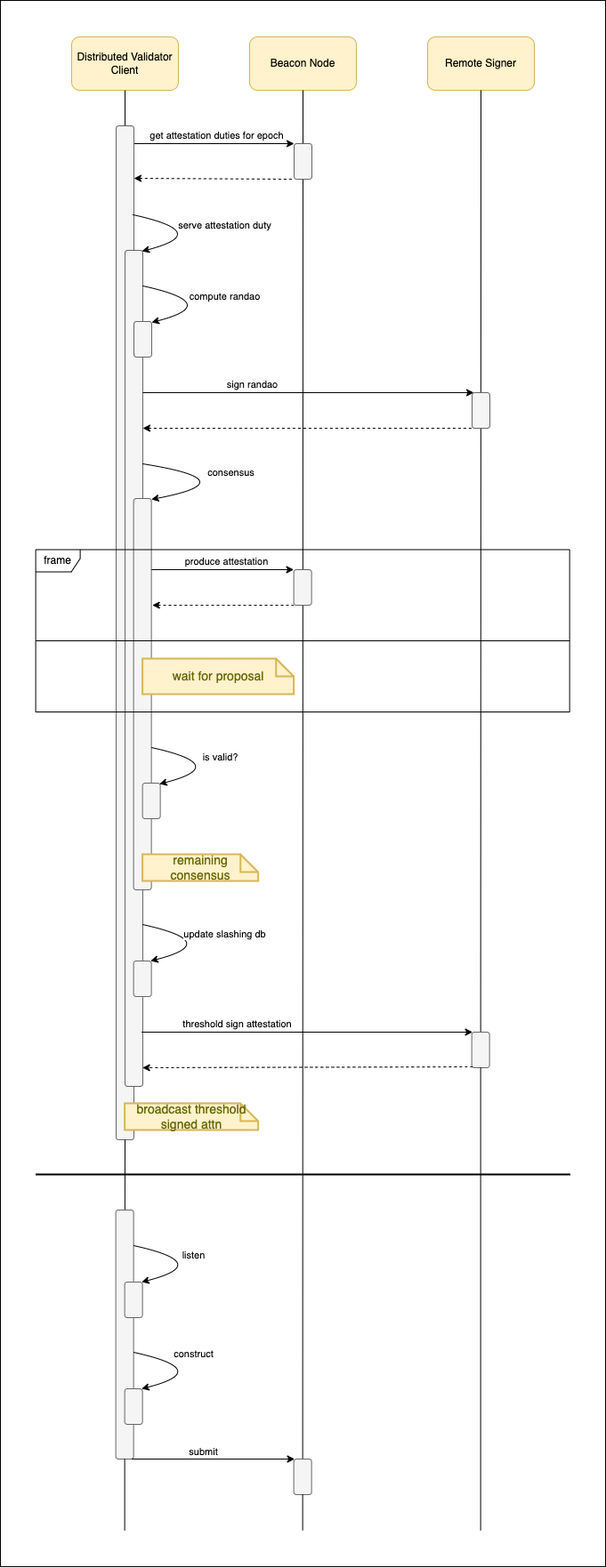
Above: src/dvspec/figures/dv-block-production-process.png in ethereum/distributed-validator-specs (draw.io), before the change. Source tidied: cells renumbered, new cells last; positions are measured from the earlier drawing's top-left corner, leaving out a move shared by most shapes.
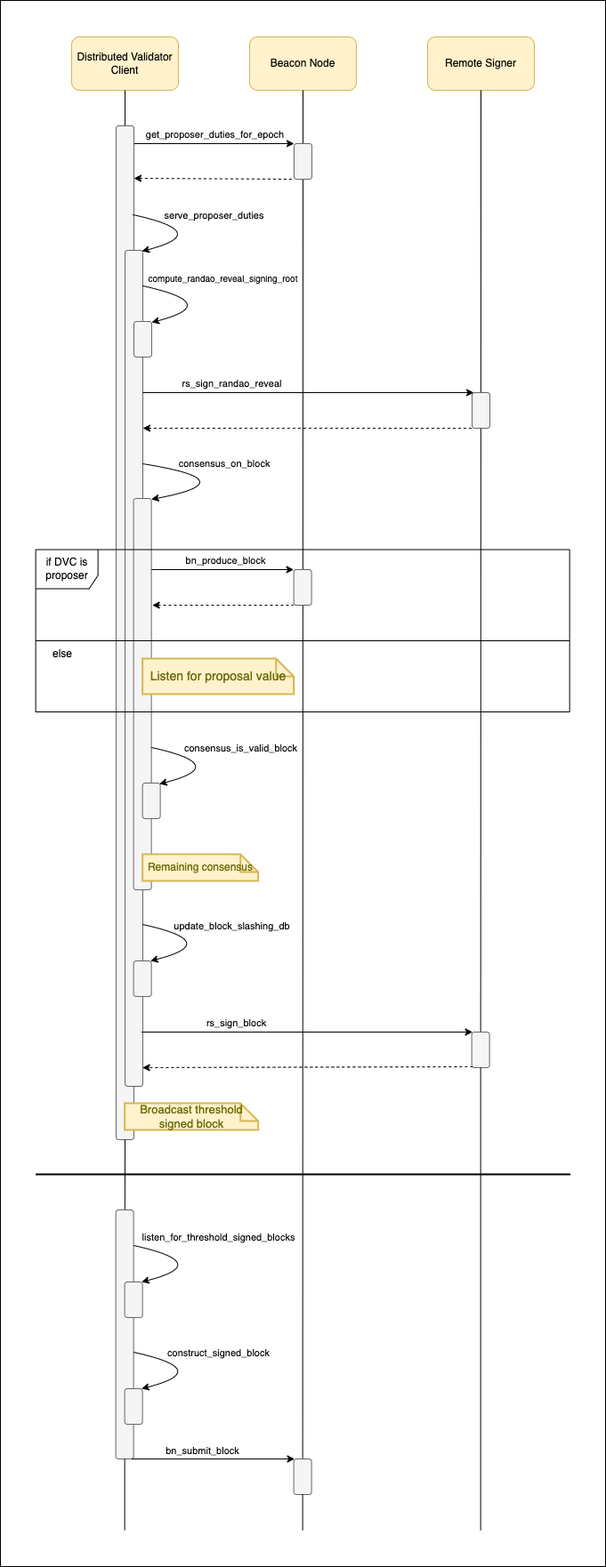
After the change.

Commit message:
Clean up figures

Change to the diagram source:
```diff
@@ -33,7 +33,7 @@
         <mxPoint x="148" y="161" as="targetPoint" />
       </mxGeometry>
     </mxCell>
-    <mxCell id="11" value="get attestation duties for epoch" style="edgeLabel;html=1;align=center;verticalAlign=middle;" parent="10" vertex="1">
+    <mxCell id="11" value="get_proposer_duties_for_epoch" style="edgeLabel;html=1;align=center;verticalAlign=middle;" parent="10" vertex="1">
       <mxGeometry x="0.17" y="4" relative="1" as="geometry">
         <mxPoint x="17" y="-14" as="offset" />
       </mxGeometry>
@@ -56,9 +56,9 @@
         </Array>
       </mxGeometry>
     </mxCell>
-    <mxCell id="16" value="serve attestation duty" style="edgeLabel;html=1;align=center;verticalAlign=middle;" parent="15" vertex="1">
+    <mxCell id="16" value="serve_proposer_duties" style="edgeLabel;html=1;align=center;verticalAlign=middle;" parent="15" vertex="1">
       <mxGeometry x="0.17" y="4" relative="1" as="geometry">
-        <mxPoint x="19" y="-16" as="offset" />
+        <mxPoint x="9" y="-26" as="offset" />
       </mxGeometry>
     </mxCell>
     <mxCell id="17" style="rounded=1;whiteSpace=wrap;html=1;fillColor=#f5f5f5;fontColor=#333333;strokeColor=#666666;" parent="1" vertex="1">
@@ -77,7 +77,7 @@
         <mxPoint x="169.6" y="640" as="targetPoint" />
       </mxGeometry>
     </mxCell>
-    <mxCell id="21" value="produce attestation" style="edgeLabel;html=1;align=center;verticalAlign=middle;" parent="20" vertex="1">
+    <mxCell id="21" value="bn_produce_block" style="edgeLabel;html=1;align=center;verticalAlign=middle;" parent="20" vertex="1">
       <mxGeometry x="0.17" y="4" relative="1" as="geometry">
         <mxPoint x="17" y="-14" as="offset" />
       </mxGeometry>
@@ -88,12 +88,9 @@
     <mxCell id="23" style="line;strokeWidth=1;fillColor=none;align=left;verticalAlign=middle;spacingTop=-1;spacingLeft=3;spacingRight=3;labelPosition=right;" parent="1" vertex="1">
       <mxGeometry x="39.6" y="716" width="600" height="8" as="geometry" />
     </mxCell>
-    <mxCell id="24" value="wait for proposal" style="shape=note;strokeWidth=2;fontSize=14;size=20;whiteSpace=wrap;html=1;fillColor=#fff2cc;strokeColor=#d6b656;fontColor=#666600;" parent="1" vertex="1">
+    <mxCell id="24" value="Listen for proposal value" style="shape=note;strokeWidth=2;fontSize=14;size=20;whiteSpace=wrap;html=1;fillColor=#fff2cc;strokeColor=#d6b656;fontColor=#666600;" parent="1" vertex="1">
       <mxGeometry x="159.6" y="740" width="170" height="40" as="geometry" />
     </mxCell>
-    <mxCell id="25" value="frame" style="shape=umlFrame;whiteSpace=wrap;html=1;fillColor=none;width=50;height=25;" parent="1" vertex="1">
-      <mxGeometry x="39.6" y="617.5" width="600" height="182.5" as="geometry" />
-    </mxCell>
     <mxCell id="26" style="rounded=1;whiteSpace=wrap;html=1;fillColor=#f5f5f5;fontColor=#333333;strokeColor=#666666;" parent="1" vertex="1">
       <mxGeometry x="159.6" y="880" width="20" height="40" as="geometry" />
     </mxCell>
@@ -106,9 +103,9 @@
         </Array>
       </mxGeometry>
     </mxCell>
-    <mxCell id="28" value="is valid?" style="edgeLabel;html=1;align=center;verticalAlign=middle;" parent="27" vertex="1">
+    <mxCell id="28" value="consensus_is_valid_block" style="edgeLabel;html=1;align=center;verticalAlign=middle;" parent="27" vertex="1">
       <mxGeometry x="0.17" y="4" relative="1" as="geometry">
-        <mxPoint x="-7" y="-17" as="offset" />
+        <mxPoint x="19" y="-26" as="offset" />
       </mxGeometry>
     </mxCell>
     <mxCell id="29" style="endArrow=classic;html=1;curved=1;" parent="1" edge="1">
@@ -120,12 +117,12 @@
         </Array>
       </mxGeometry>
     </mxCell>
-    <mxCell id="30" value="consensus" style="edgeLabel;html=1;align=center;verticalAlign=middle;" parent="29" vertex="1">
+    <mxCell id="30" value="&amp;nbsp;consensus_on_block" style="edgeLabel;html=1;align=center;verticalAlign=middle;" parent="29" vertex="1">
       <mxGeometry x="0.17" y="4" relative="1" as="geometry">
-        <mxPoint x="-7" y="-17" as="offset" />
+        <mxPoint x="-16" y="-26" as="offset" />
       </mxGeometry>
     </mxCell>
-    <mxCell id="31" value="remaining consensus" style="shape=note;strokeWidth=2;fontSize=14;size=20;whiteSpace=wrap;html=1;fillColor=#fff2cc;strokeColor=#d6b656;fontColor=#666600;" parent="1" vertex="1">
+    <mxCell id="31" value="Remaining consensus" style="shape=note;strokeWidth=2;fontSize=12;size=20;whiteSpace=wrap;html=1;fillColor=#fff2cc;strokeColor=#d6b656;fontColor=#666600;" parent="1" vertex="1">
       <mxGeometry x="159.6" y="960" width="130" height="30" as="geometry" />
     </mxCell>
     <mxCell id="32" style="rounded=1;whiteSpace=wrap;html=1;fillColor=#f5f5f5;fontColor=#333333;strokeColor=#666666;" parent="1" vertex="1">
@@ -140,9 +137,9 @@
         </Array>
       </mxGeometry>
     </mxCell>
-    <mxCell id="34" value="update slashing db" style="edgeLabel;html=1;align=center;verticalAlign=middle;" parent="33" vertex="1">
+    <mxCell id="34" value="update_block_slashing_db" style="edgeLabel;html=1;align=center;verticalAlign=middle;" parent="33" vertex="1">
       <mxGeometry x="0.17" y="4" relative="1" as="geometry">
-        <mxPoint x="8" y="-17" as="offset" />
+        <mxPoint x="19" y="-25" as="offset" />
       </mxGeometry>
     </mxCell>
     <mxCell id="35" style="rounded=1;whiteSpace=wrap;html=1;fillColor=#f5f5f5;fontColor=#333333;strokeColor=#666666;" parent="1" vertex="1">
@@ -159,7 +156,7 @@
         <mxPoint x="530.6" y="1160" as="targetPoint" />
       </mxGeometry>
     </mxCell>
-    <mxCell id="38" value="threshold sign attestation" style="edgeLabel;html=1;align=center;verticalAlign=middle;" parent="37" vertex="1">
+    <mxCell id="38" value="rs_sign_block" style="edgeLabel;html=1;align=center;verticalAlign=middle;" parent="37" vertex="1">
       <mxGeometry x="-0.43" y="1" relative="1" as="geometry">
         <mxPoint y="-9" as="offset" />
       </mxGeometry>
@@ -170,7 +167,7 @@
         <mxPoint x="159.6" y="1200" as="targetPoint" />
       </mxGeometry>
     </mxCell>
-    <mxCell id="40" value="broadcast threshold signed attn" style="shape=note;strokeWidth=2;fontSize=14;size=20;whiteSpace=wrap;html=1;fillColor=#fff2cc;strokeColor=#d6b656;fontColor=#666600;" parent="1" vertex="1">
+    <mxCell id="40" value="Broadcast threshold signed block" style="shape=note;strokeWidth=2;fontSize=13;size=20;whiteSpace=wrap;html=1;fillColor=#fff2cc;strokeColor=#d6b656;fontColor=#666600;" parent="1" vertex="1">
       <mxGeometry x="139.6" y="1240" width="150" height="30" as="geometry" />
     </mxCell>
     <mxCell id="41" style="endArrow=none;html=1;curved=1;strokeWidth=2;" parent="1" edge="1">
@@ -199,9 +196,9 @@
         </Array>
       </mxGeometry>
     </mxCell>
-    <mxCell id="46" value="listen" style="edgeLabel;html=1;align=center;verticalAlign=middle;" parent="45" vertex="1">
+    <mxCell id="46" value="listen_for_threshold_signed_blocks" style="edgeLabel;html=1;align=center;verticalAlign=middle;" parent="45" vertex="1">
       <mxGeometry x="0.17" y="4" relative="1" as="geometry">
-        <mxPoint x="-17" y="-17" as="offset" />
+        <mxPoint x="14" y="-36" as="offset" />
       </mxGeometry>
     </mxCell>
     <mxCell id="47" style="rounded=1;whiteSpace=wrap;html=1;fillColor=#f5f5f5;fontColor=#333333;strokeColor=#666666;" parent="1" vertex="1">
@@ -216,9 +213,9 @@
         </Array>
       </mxGeometry>
     </mxCell>
-    <mxCell id="49" value="construct" style="edgeLabel;html=1;align=center;verticalAlign=middle;" parent="48" vertex="1">
+    <mxCell id="49" value="construct_signed_block" style="edgeLabel;html=1;align=center;verticalAlign=middle;" parent="48" vertex="1">
       <mxGeometry x="0.17" y="4" relative="1" as="geometry">
-        <mxPoint x="-17" y="-26" as="offset" />
+        <mxPoint x="14" y="-26" as="offset" />
       </mxGeometry>
     </mxCell>
     <mxCell id="50" style="endArrow=classic;html=1;strokeWidth=1;curved=1;" parent="1" edge="1">
@@ -227,7 +224,7 @@
         <mxPoint x="330.6" y="1640" as="targetPoint" />
       </mxGeometry>
     </mxCell>
-    <mxCell id="51" value="submit" style="edgeLabel;html=1;align=center;verticalAlign=middle;" parent="50" vertex="1">
+    <mxCell id="51" value="bn_submit_block" style="edgeLabel;html=1;align=center;verticalAlign=middle;" parent="50" vertex="1">
       <mxGeometry x="-0.32" y="3" relative="1" as="geometry">
         <mxPoint x="16" y="-6" as="offset" />
       </mxGeometry>
@@ -249,9 +246,9 @@
         </Array>
       </mxGeometry>
     </mxCell>
-    <mxCell id="55" value="compute randao" style="edgeLabel;html=1;align=center;verticalAlign=middle;" parent="54" vertex="1">
+    <mxCell id="55" value="compute_randao_reveal_signing_root" style="edgeLabel;html=1;align=center;verticalAlign=middle;fontSize=10;" parent="54" vertex="1">
       <mxGeometry x="0.17" y="4" relative="1" as="geometry">
-        <mxPoint x="8" y="-16" as="offset" />
+        <mxPoint x="8" y="-36" as="offset" />
       </mxGeometry>
     </mxCell>
     <mxCell id="56" style="rounded=1;whiteSpace=wrap;html=1;fillColor=#f5f5f5;fontColor=#333333;strokeColor=#666666;" parent="1" vertex="1">
@@ -263,9 +260,9 @@
         <mxPoint x="532" y="441" as="targetPoint" />
       </mxGeometry>
     </mxCell>
-    <mxCell id="58" value="sign randao" style="edgeLabel;html=1;align=center;verticalAlign=middle;" parent="57" vertex="1">
+    <mxCell id="58" value="rs_sign_randao_reveal" style="edgeLabel;html=1;align=center;verticalAlign=middle;" parent="57" vertex="1">
       <mxGeometry x="0.28" y="3" relative="1" as="geometry">
-        <mxPoint x="-118" y="-7" as="offset" />
+        <mxPoint x="-139" y="-7" as="offset" />
       </mxGeometry>
     </mxCell>
     <mxCell id="59" style="rounded=1;whiteSpace=wrap;html=1;fillColor=#f5f5f5;fontColor=#333333;strokeColor=#666666;" parent="1" vertex="1">
@@ -277,5 +274,11 @@
         <mxPoint x="531" y="481" as="targetPoint" />
       </mxGeometry>
     </mxCell>
+    <mxCell id="61" value="else" style="text;html=1;strokeColor=none;fillColor=none;align=center;verticalAlign=middle;whiteSpace=wrap;rounded=0;fontSize=12;" parent="1" vertex="1">
+      <mxGeometry x="39.6" y="720" width="60" height="30" as="geometry" />
+    </mxCell>
+    <mxCell id="25" value="if DVC is proposer" style="shape=umlFrame;whiteSpace=wrap;html=1;fillColor=none;width=70;height=44;" parent="1" vertex="1">
+      <mxGeometry x="39.6" y="617.5" width="600" height="182.5" as="geometry" />
+    </mxCell>
   </root>
 </mxGraphModel>
```
